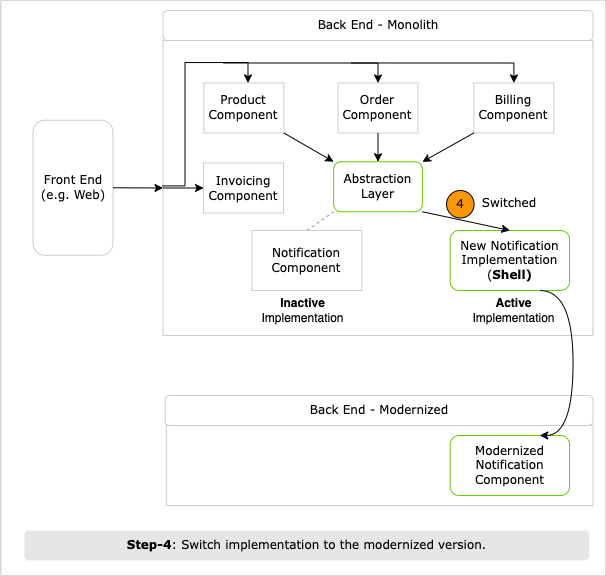
Earlier version of the draw.io export diagrams/branch-by-abstraction-new-implementation-switched.png (shahzadhuq/modernization-decomposing-monolith). Source tidied: cells renumbered, new cells last; positions are measured from the earlier drawing's top-left corner, leaving out a move shared by most shapes.
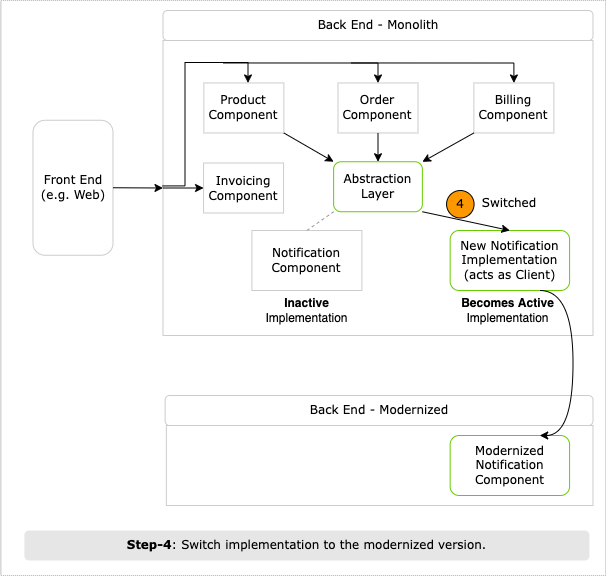
After the change.

Diff of the diagram source:
```diff
@@ -72,17 +72,17 @@
     <mxCell id="20" style="rounded=0;jettySize=auto;html=1;fontFamily=Verdana;strokeColor=#999999;endArrow=none;endFill=0;strokeWidth=1;entryX=0;entryY=1;entryDx=0;entryDy=0;exitX=0.5;exitY=0;exitDx=0;exitDy=0;dashed=1;" parent="1" edge="1" source="9" target="19">
       <mxGeometry relative="1" as="geometry" />
     </mxCell>
-    <mxCell id="21" value="New Notification Implementation&lt;br&gt;(&lt;b&gt;Shell)&lt;/b&gt;" style="rounded=1;whiteSpace=wrap;html=1;strokeColor=#66CC00;fillColor=none;fontFamily=Verdana;shadow=0;strokeWidth=1;" parent="1" vertex="1">
+    <mxCell id="21" value="New Notification Implementation&lt;br&gt;(acts as Client)" style="rounded=1;whiteSpace=wrap;html=1;strokeColor=#66CC00;fillColor=none;fontFamily=Verdana;shadow=0;strokeWidth=1;" parent="1" vertex="1">
       <mxGeometry x="449.7" y="230" width="119.4" height="60" as="geometry" />
     </mxCell>
     <mxCell id="22" style="rounded=0;jettySize=auto;html=1;fontFamily=Verdana;strokeColor=#000000;endArrow=classic;endFill=1;entryX=0.5;entryY=0;entryDx=0;entryDy=0;exitX=1;exitY=1;exitDx=0;exitDy=0;strokeWidth=1;" parent="1" edge="1" source="19" target="21">
       <mxGeometry relative="1" as="geometry" />
     </mxCell>
     <mxCell id="23" value="&lt;b&gt;Inactive&lt;/b&gt; Implementation" style="text;html=1;strokeColor=none;fillColor=none;align=center;verticalAlign=middle;whiteSpace=wrap;rounded=0;shadow=0;fontColor=#000000;" parent="1" vertex="1">
-      <mxGeometry x="261.3" y="295" width="83.2" height="30" as="geometry" />
+      <mxGeometry x="249" y="295" width="114.7" height="30" as="geometry" />
     </mxCell>
-    <mxCell id="24" value="&lt;b&gt;Active&lt;/b&gt; Implementation" style="text;html=1;strokeColor=none;fillColor=none;align=center;verticalAlign=middle;whiteSpace=wrap;rounded=0;shadow=0;fontColor=#000000;" parent="1" vertex="1">
-      <mxGeometry x="467.8" y="295" width="91.1" height="30" as="geometry" />
+    <mxCell id="24" value="&lt;b&gt;Becomes Active&lt;/b&gt; Implementation" style="text;html=1;strokeColor=none;fillColor=none;align=center;verticalAlign=middle;whiteSpace=wrap;rounded=0;shadow=0;fontColor=#000000;" parent="1" vertex="1">
+      <mxGeometry x="450.9" y="295" width="112.9" height="30" as="geometry" />
     </mxCell>
     <mxCell id="25" style="rounded=0;whiteSpace=wrap;html=1;strokeColor=#CCCCCC;shadow=0;strokeWidth=1;fontFamily=Verdana;" parent="1" vertex="1">
       <mxGeometry x="165.9" y="425" width="426.6" height="80" as="geometry" />
```
